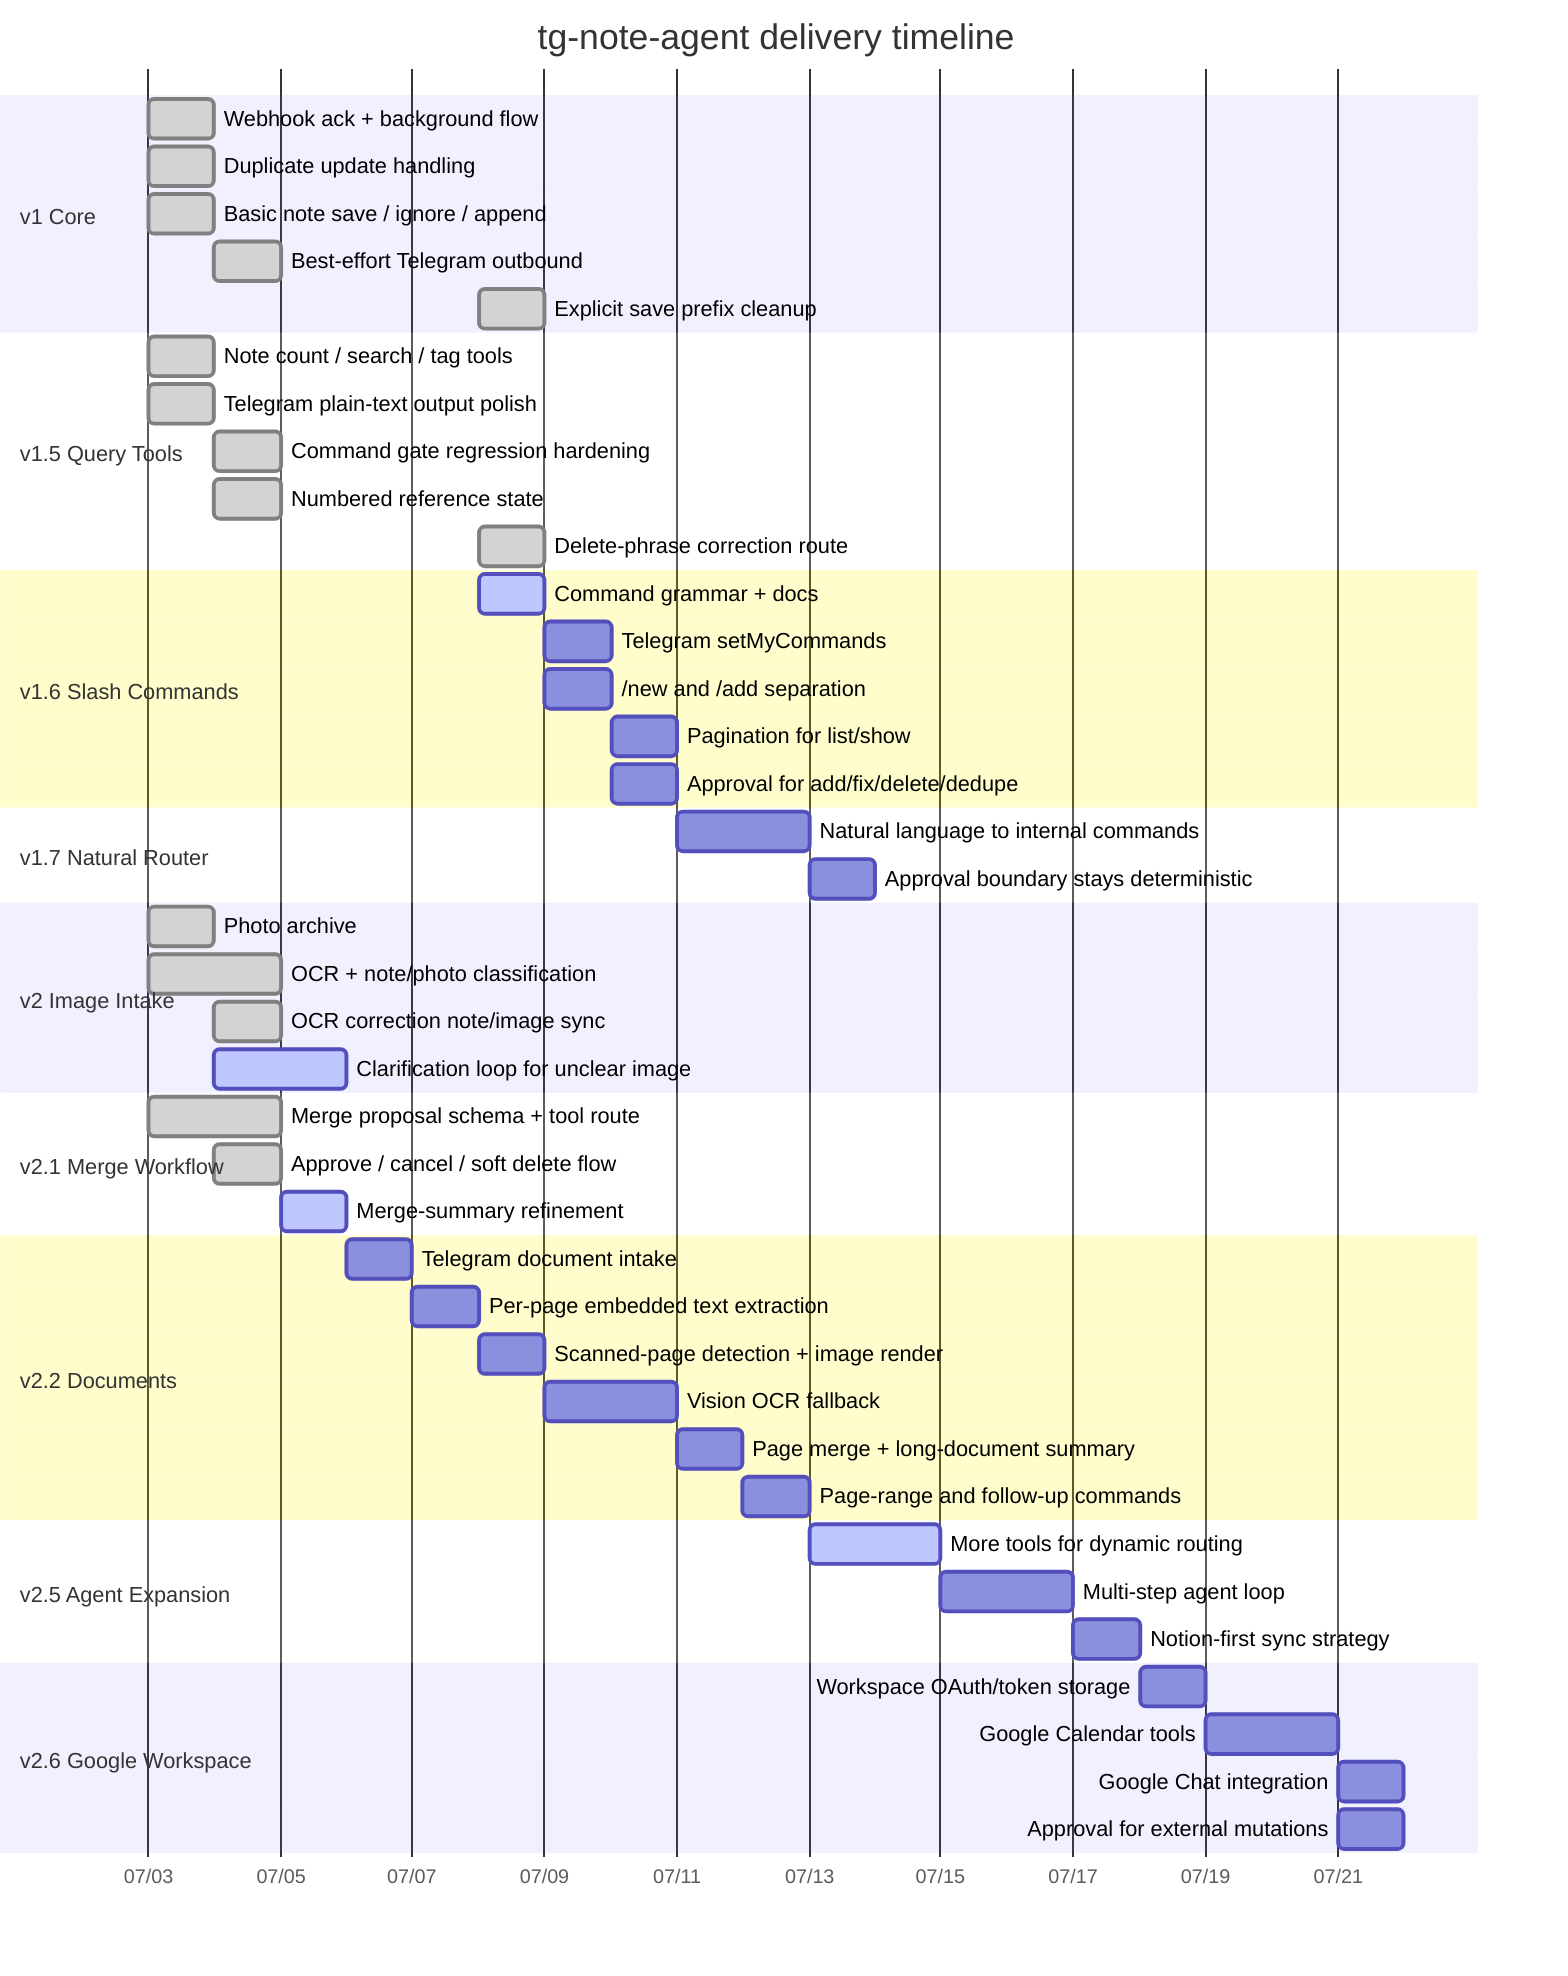
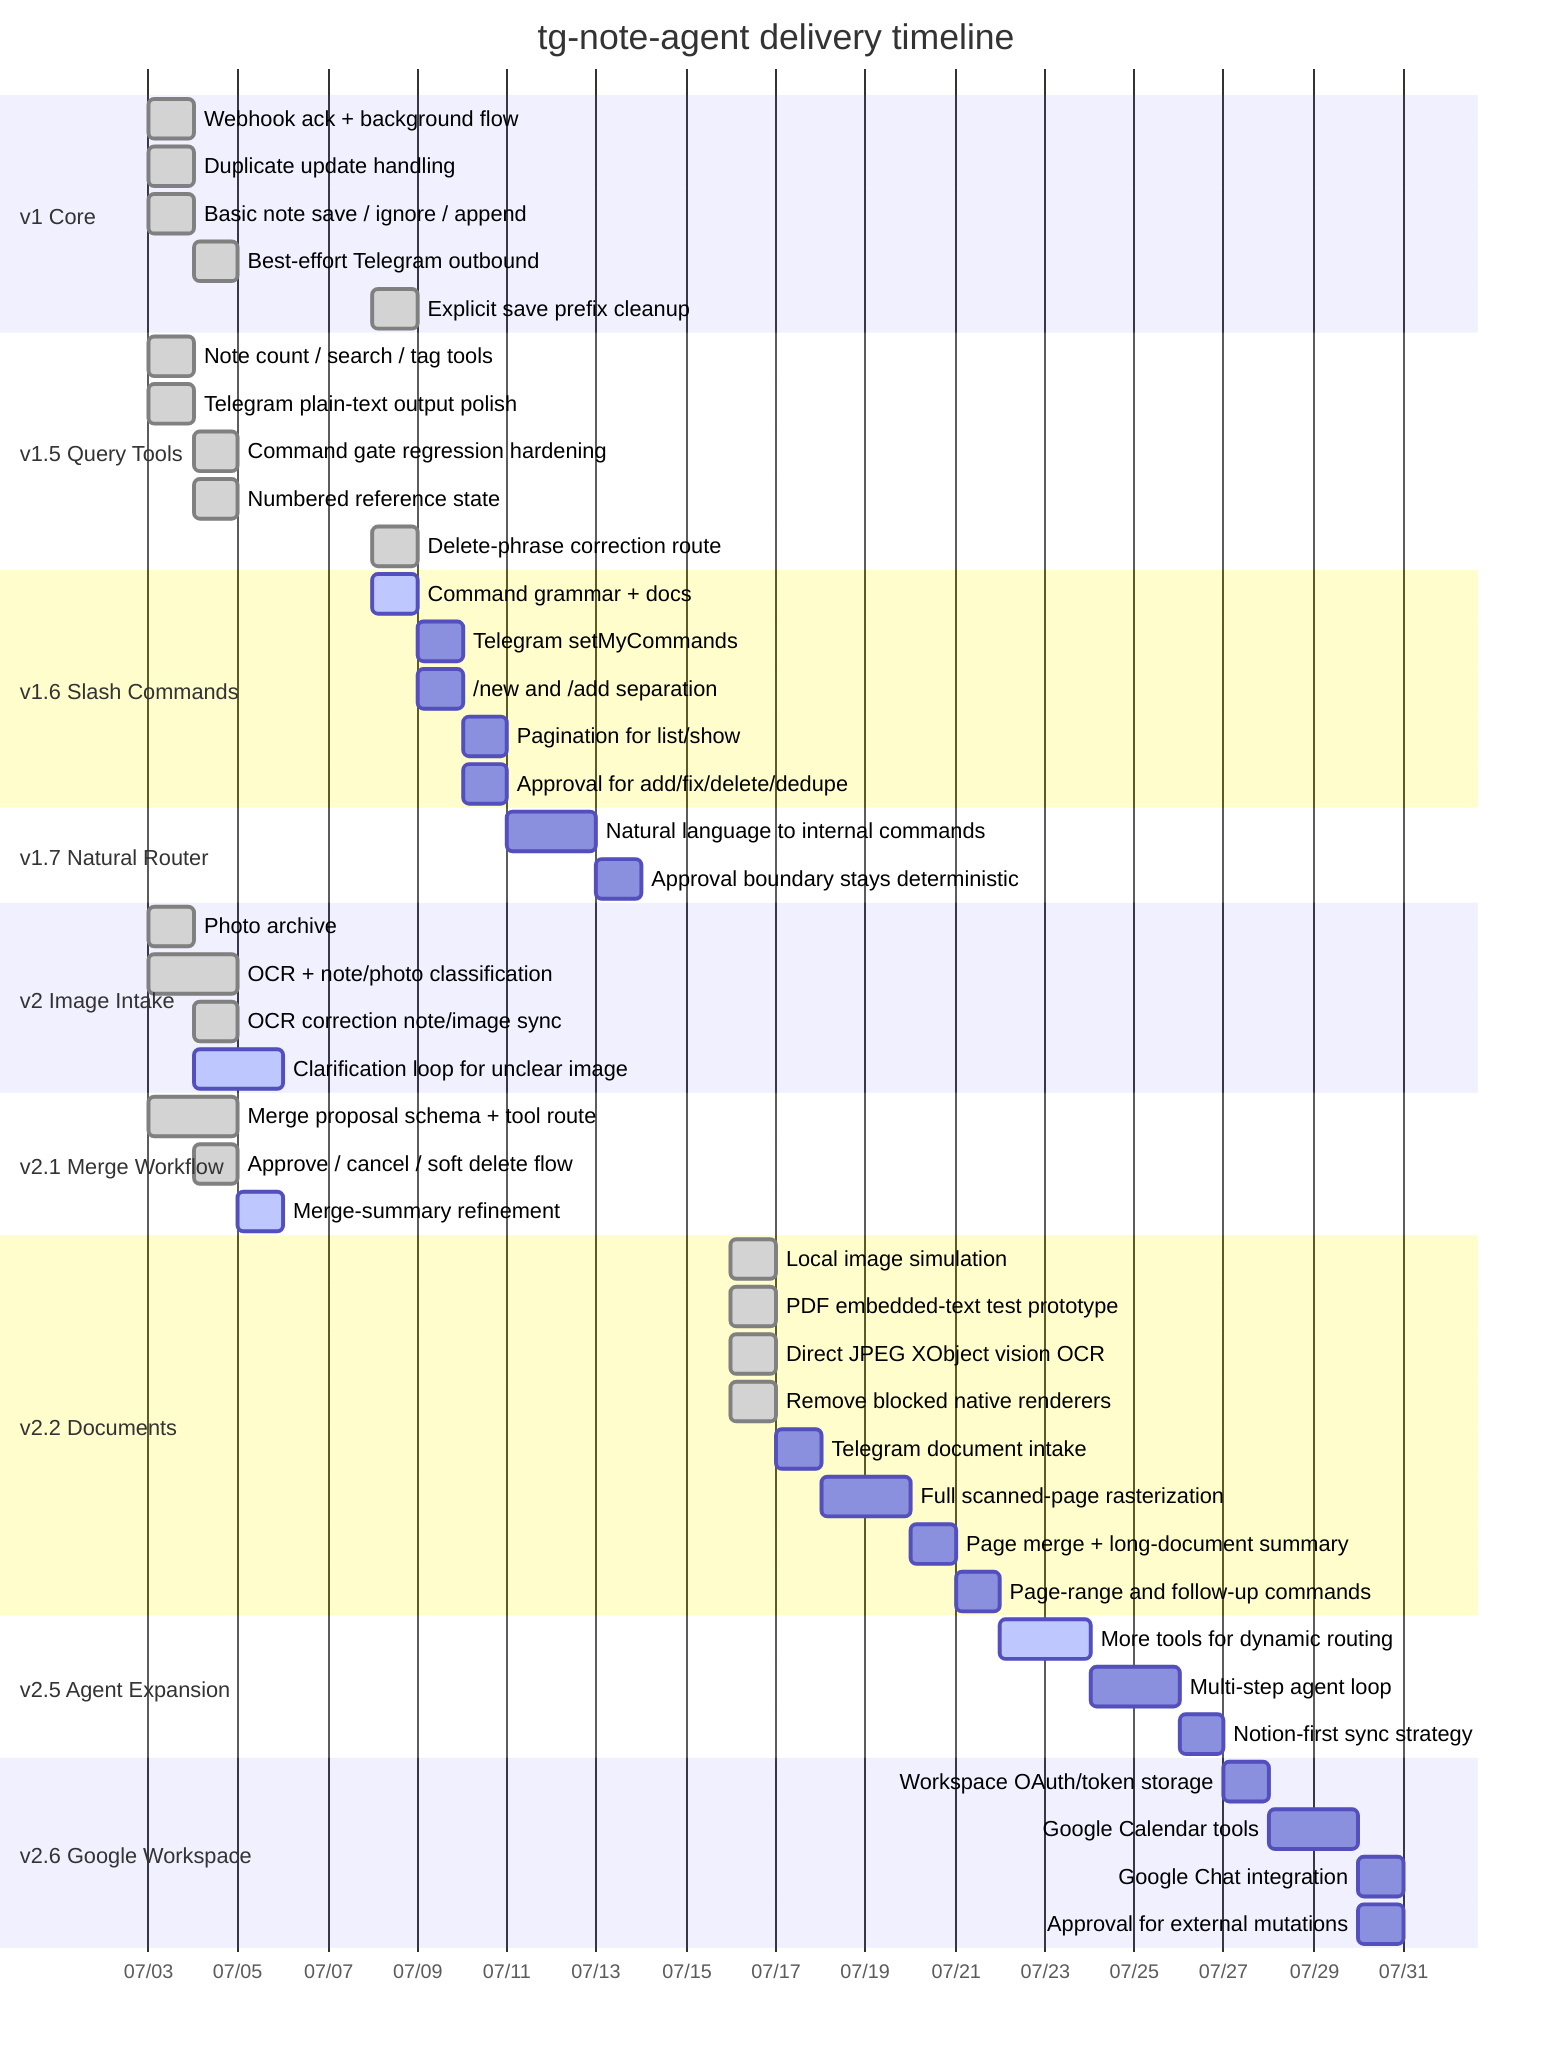
gantt
    title tg-note-agent delivery timeline
    dateFormat  YYYY-MM-DD
    axisFormat  %m/%d

    section v1 Core
    Webhook ack + background flow       :done, v1a, 2026-07-03, 1d
    Duplicate update handling           :done, v1b, 2026-07-03, 1d
    Basic note save / ignore / append   :done, v1c, 2026-07-03, 1d
    Best-effort Telegram outbound        :done, v1d, 2026-07-04, 1d
    Explicit save prefix cleanup         :done, v1e, 2026-07-08, 1d

    section v1.5 Query Tools
    Note count / search / tag tools     :done, v15a, 2026-07-03, 1d
    Telegram plain-text output polish   :done, v15b, 2026-07-03, 1d
    Command gate regression hardening    :done, v15c, 2026-07-04, 1d
    Numbered reference state             :done, v15d, 2026-07-04, 1d
    Delete-phrase correction route       :done, v15e, 2026-07-08, 1d

    section v1.6 Slash Commands
    Command grammar + docs               :active, v16a, 2026-07-08, 1d
    Telegram setMyCommands               :v16b, after v16a, 1d
    /new and /add separation             :v16c, after v16a, 1d
    Pagination for list/show             :v16d, after v16b, 1d
    Approval for add/fix/delete/dedupe   :v16e, after v16c, 1d

    section v1.7 Natural Router
    Natural language to internal commands:v17a, after v16e, 2d
    Approval boundary stays deterministic:v17b, after v17a, 1d

    section v2 Image Intake
    Photo archive                       :done, v2a, 2026-07-03, 1d
    OCR + note/photo classification     :done, v2b, 2026-07-03, 2d
    OCR correction note/image sync       :done, v2c, 2026-07-04, 1d
    Clarification loop for unclear image:active, v2d, 2026-07-04, 2d

    section v2.1 Merge Workflow
    Merge proposal schema + tool route  :done, v21a, 2026-07-03, 2d
    Approve / cancel / soft delete flow :done, v21b, 2026-07-04, 1d
    Merge-summary refinement            :active, v21c, 2026-07-05, 1d

    section v2.2 Documents
-     Telegram document intake             :v22a, after v21c, 1d
-     Per-page embedded text extraction    :v22b, after v22a, 1d
-     Scanned-page detection + image render:v22c, after v22b, 1d
-     Vision OCR fallback                  :v22d, after v22c, 2d
-     Page merge + long-document summary   :v22e, after v22d, 1d
-     Page-range and follow-up commands    :v22f, after v22e, 1d
+     Local image simulation               :done, v22a, 2026-07-16, 1d
+     PDF embedded-text test prototype     :done, v22b, 2026-07-16, 1d
+     Direct JPEG XObject vision OCR       :done, v22c, 2026-07-16, 1d
+     Remove blocked native renderers      :done, v22d, 2026-07-16, 1d
+     Telegram document intake             :v22e, after v22d, 1d
+     Full scanned-page rasterization      :v22f, after v22e, 2d
+     Page merge + long-document summary   :v22g, after v22f, 1d
+     Page-range and follow-up commands    :v22h, after v22g, 1d

    section v2.5 Agent Expansion
-     More tools for dynamic routing      :active, v25a, after v22f, 2d
+     More tools for dynamic routing      :active, v25a, after v22h, 2d
    Multi-step agent loop               :v25b, after v25a, 2d
    Notion-first sync strategy          :v25c, after v25b, 1d

    section v2.6 Google Workspace
    Workspace OAuth/token storage       :v26a, after v25c, 1d
    Google Calendar tools               :v26b, after v26a, 2d
    Google Chat integration             :v26c, after v26b, 1d
    Approval for external mutations     :v26d, after v26b, 1d
